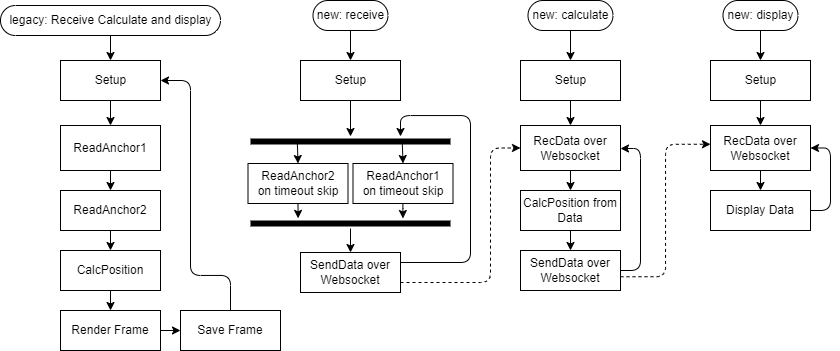
The draw.io diagram Documents/DatenEinlesePy.png in Christophgru/Studienarbeit, before a commit. Source tidied: cells renumbered, new cells last; positions are measured from the earlier drawing's top-left corner, leaving out a move shared by most shapes.
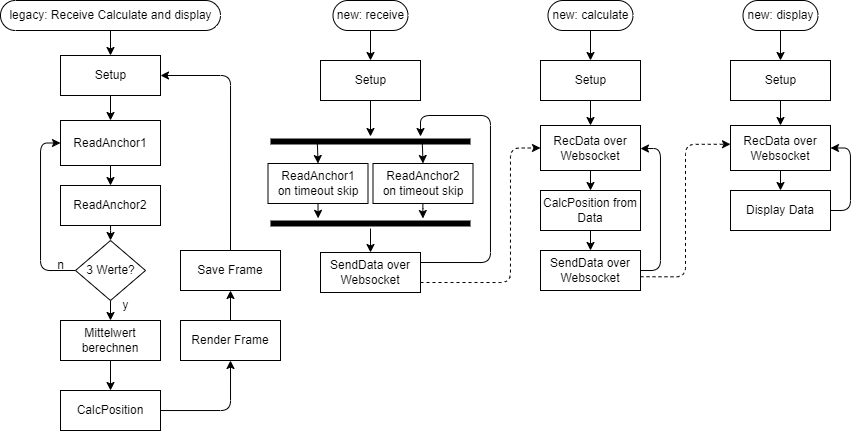
After the commit.

Change to the diagram source:
```diff
@@ -12,37 +12,40 @@
       <mxGeometry relative="1" as="geometry" />
     </mxCell>
     <mxCell id="5" value="legacy: Receive Calculate and display" style="html=1;dashed=0;whitespace=wrap;shape=mxgraph.dfd.start;" parent="1" vertex="1">
-      <mxGeometry y="5" width="220" height="30" as="geometry" />
+      <mxGeometry x="-20" width="220" height="30" as="geometry" />
     </mxCell>
     <mxCell id="6" style="edgeStyle=none;html=1;" parent="1" edge="1" source="7" target="9">
       <mxGeometry relative="1" as="geometry" />
     </mxCell>
     <mxCell id="7" value="Setup" style="html=1;dashed=0;whitespace=wrap;" parent="1" vertex="1">
-      <mxGeometry x="60" y="60" width="100" height="40" as="geometry" />
+      <mxGeometry x="40" y="55" width="100" height="40" as="geometry" />
     </mxCell>
     <mxCell id="8" style="edgeStyle=none;html=1;" parent="1" edge="1" source="9" target="11">
       <mxGeometry relative="1" as="geometry" />
     </mxCell>
     <mxCell id="9" value="ReadAnchor1" style="whiteSpace=wrap;html=1;dashed=0;" parent="1" vertex="1">
-      <mxGeometry x="60" y="125" width="100" height="45" as="geometry" />
+      <mxGeometry x="40" y="120" width="100" height="45" as="geometry" />
     </mxCell>
-    <mxCell id="10" style="edgeStyle=none;html=1;" parent="1" edge="1" source="11" target="13">
+    <mxCell id="10" style="edgeStyle=none;html=1;startArrow=none;" parent="1" edge="1" source="55" target="13">
       <mxGeometry relative="1" as="geometry" />
     </mxCell>
+    <mxCell id="51" style="edgeStyle=orthogonalEdgeStyle;html=1;entryX=0.5;entryY=0;entryDx=0;entryDy=0;" parent="1" edge="1" source="11" target="54">
+      <mxGeometry relative="1" as="geometry" />
+    </mxCell>
     <mxCell id="11" value="ReadAnchor2" style="whiteSpace=wrap;html=1;dashed=0;" parent="1" vertex="1">
-      <mxGeometry x="60" y="190" width="100" height="40" as="geometry" />
+      <mxGeometry x="40" y="185" width="100" height="40" as="geometry" />
     </mxCell>
-    <mxCell id="12" style="edgeStyle=none;html=1;exitX=0.5;exitY=1;exitDx=0;exitDy=0;entryX=0.5;entryY=0;entryDx=0;entryDy=0;" parent="1" edge="1" source="13" target="15">
+    <mxCell id="12" style="edgeStyle=orthogonalEdgeStyle;html=1;entryX=0.5;entryY=1;entryDx=0;entryDy=0;" parent="1" edge="1" source="13" target="15">
       <mxGeometry relative="1" as="geometry" />
     </mxCell>
     <mxCell id="13" value="CalcPosition" style="whiteSpace=wrap;html=1;dashed=0;" parent="1" vertex="1">
-      <mxGeometry x="60" y="250" width="100" height="40" as="geometry" />
+      <mxGeometry x="40" y="390" width="100" height="40" as="geometry" />
     </mxCell>
-    <mxCell id="14" style="edgeStyle=orthogonalEdgeStyle;html=1;exitX=1;exitY=0.5;exitDx=0;exitDy=0;entryX=0;entryY=0.5;entryDx=0;entryDy=0;" parent="1" edge="1" source="15" target="50">
+    <mxCell id="14" style="edgeStyle=orthogonalEdgeStyle;html=1;entryX=0.5;entryY=1;entryDx=0;entryDy=0;" parent="1" edge="1" source="15" target="50">
       <mxGeometry relative="1" as="geometry" />
     </mxCell>
     <mxCell id="15" value="Render Frame" style="whiteSpace=wrap;html=1;dashed=0;" parent="1" vertex="1">
-      <mxGeometry x="60" y="310" width="100" height="40" as="geometry" />
+      <mxGeometry x="160" y="320" width="100" height="40" as="geometry" />
     </mxCell>
     <mxCell id="16" style="edgeStyle=orthogonalEdgeStyle;html=1;entryX=0.5;entryY=0;entryDx=0;entryDy=0;" parent="1" edge="1" source="17" target="19">
       <mxGeometry relative="1" as="geometry" />
@@ -56,13 +59,13 @@
     <mxCell id="19" value="Setup" style="html=1;dashed=0;whitespace=wrap;" parent="1" vertex="1">
       <mxGeometry x="300" y="60" width="100" height="40" as="geometry" />
     </mxCell>
-    <mxCell id="20" value="ReadAnchor1&lt;br&gt;on timeout skip" style="whiteSpace=wrap;html=1;dashed=0;" parent="1" vertex="1">
+    <mxCell id="20" value="ReadAnchor2&lt;br&gt;on timeout skip" style="whiteSpace=wrap;html=1;dashed=0;" parent="1" vertex="1">
       <mxGeometry x="352.5" y="163" width="100" height="40" as="geometry" />
     </mxCell>
     <mxCell id="21" style="edgeStyle=orthogonalEdgeStyle;html=1;exitX=0.5;exitY=1;exitDx=0;exitDy=0;entryX=0.238;entryY=-0.013;entryDx=0;entryDy=0;entryPerimeter=0;" parent="1" edge="1" source="22" target="47">
       <mxGeometry relative="1" as="geometry" />
     </mxCell>
-    <mxCell id="22" value="ReadAnchor2&lt;br&gt;on timeout skip" style="whiteSpace=wrap;html=1;dashed=0;" parent="1" vertex="1">
+    <mxCell id="22" value="ReadAnchor1&lt;br&gt;on timeout skip" style="whiteSpace=wrap;html=1;dashed=0;" parent="1" vertex="1">
       <mxGeometry x="247.5" y="163" width="100" height="40" as="geometry" />
     </mxCell>
     <mxCell id="23" style="edgeStyle=orthogonalEdgeStyle;html=1;exitX=1;exitY=0.75;exitDx=0;exitDy=0;entryX=0;entryY=0.5;entryDx=0;entryDy=0;dashed=1;" parent="1" edge="1" source="25" target="31">
@@ -182,14 +185,35 @@
     <mxCell id="49" style="edgeStyle=orthogonalEdgeStyle;html=1;exitX=0.5;exitY=0;exitDx=0;exitDy=0;entryX=1;entryY=0.5;entryDx=0;entryDy=0;" parent="1" edge="1" source="50" target="7">
       <mxGeometry relative="1" as="geometry">
         <Array as="points">
-          <mxPoint x="230" y="275" />
-          <mxPoint x="190" y="275" />
-          <mxPoint x="190" y="80" />
+          <mxPoint x="210" y="75" />
         </Array>
       </mxGeometry>
     </mxCell>
     <mxCell id="50" value="Save Frame" style="whiteSpace=wrap;html=1;dashed=0;" parent="1" vertex="1">
-      <mxGeometry x="180" y="310" width="100" height="40" as="geometry" />
+      <mxGeometry x="160" y="250" width="100" height="40" as="geometry" />
     </mxCell>
+    <mxCell id="52" style="edgeStyle=orthogonalEdgeStyle;html=1;entryX=0;entryY=0.5;entryDx=0;entryDy=0;exitX=0;exitY=0.5;exitDx=0;exitDy=0;" parent="1" edge="1" source="54" target="9">
+      <mxGeometry relative="1" as="geometry">
+        <Array as="points">
+          <mxPoint x="20" y="270" />
+          <mxPoint x="20" y="143" />
+        </Array>
+      </mxGeometry>
+    </mxCell>
+    <mxCell id="53" style="edgeStyle=orthogonalEdgeStyle;html=1;entryX=0.5;entryY=0;entryDx=0;entryDy=0;" parent="1" edge="1" source="54" target="55">
+      <mxGeometry relative="1" as="geometry" />
+    </mxCell>
+    <mxCell id="54" value="3 Werte?" style="shape=rhombus;html=1;dashed=0;whitespace=wrap;perimeter=rhombusPerimeter;" parent="1" vertex="1">
+      <mxGeometry x="55" y="240" width="70" height="60" as="geometry" />
+    </mxCell>
+    <mxCell id="55" value="Mittelwert&lt;br&gt;berechnen" style="whiteSpace=wrap;html=1;dashed=0;" parent="1" vertex="1">
+      <mxGeometry x="40" y="320" width="100" height="40" as="geometry" />
+    </mxCell>
+    <mxCell id="56" value="n" style="text;html=1;align=center;verticalAlign=middle;strokeColor=none;fillColor=none;" parent="1" vertex="1">
+      <mxGeometry x="25" y="250" width="30" height="30" as="geometry" />
+    </mxCell>
+    <mxCell id="57" value="y" style="text;html=1;align=center;verticalAlign=middle;strokeColor=none;fillColor=none;" parent="1" vertex="1">
+      <mxGeometry x="90" y="290" width="30" height="30" as="geometry" />
+    </mxCell>
   </root>
 </mxGraphModel>
```
